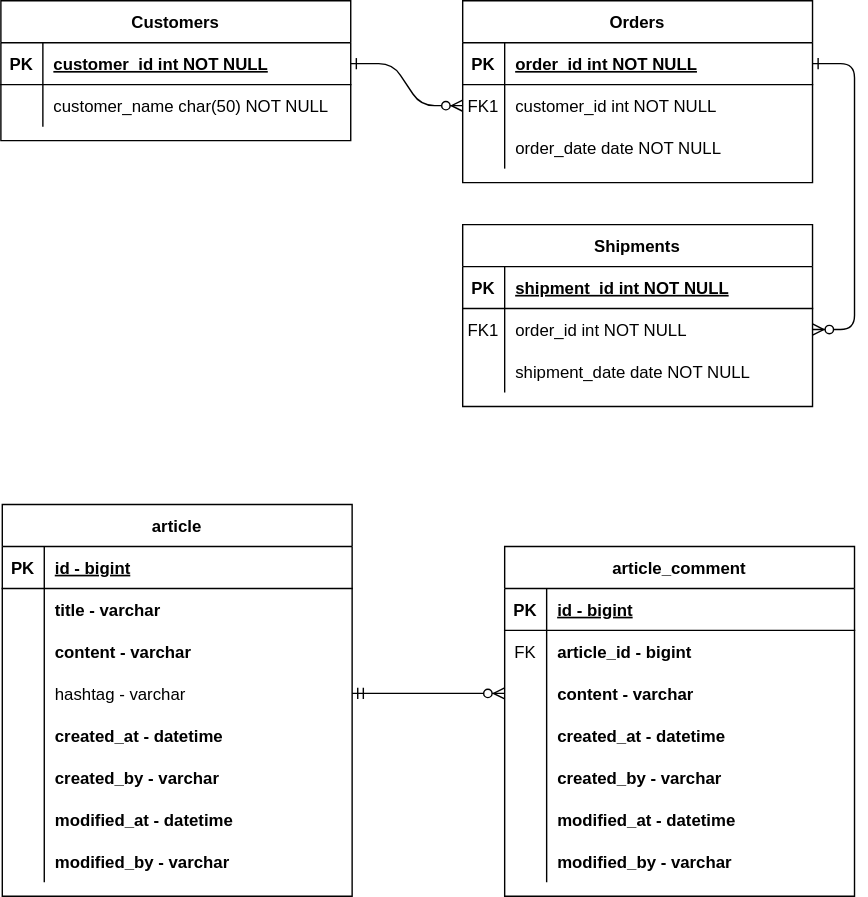
Earlier version of the draw.io export document/project-board-erd.svg (sarasa0310/project-board). Source tidied: cells renumbered, new cells last; positions are measured from the earlier drawing's top-left corner, leaving out a move shared by most shapes.
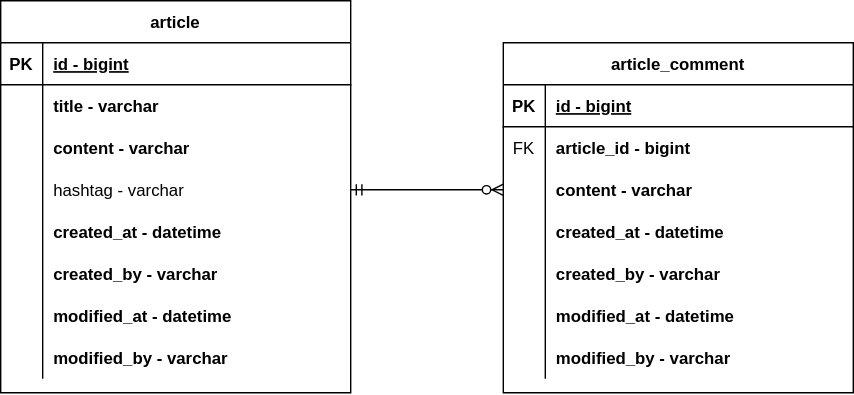
After the commit.

Commit message:
#1 - project-board-erd.svg 불필요한 예제 삭제

What changed in the source:
```diff
@@ -2,93 +2,6 @@
   <root>
     <mxCell id="0" />
     <mxCell id="1" parent="0" />
-    <mxCell id="2" style="edgeStyle=entityRelationEdgeStyle;endArrow=ERzeroToMany;startArrow=ERone;endFill=1;startFill=0;" parent="1" edge="1" source="25" target="8">
-      <mxGeometry relative="1" as="geometry" />
-    </mxCell>
-    <mxCell id="3" style="edgeStyle=entityRelationEdgeStyle;endArrow=ERzeroToMany;startArrow=ERone;endFill=1;startFill=0;" parent="1" edge="1" source="5" target="18">
-      <mxGeometry relative="1" as="geometry" />
-    </mxCell>
-    <mxCell id="4" value="Orders" style="shape=table;startSize=30;rowLines=0;fontStyle=1;align=center;" parent="1" vertex="1">
-      <mxGeometry x="330" width="250" height="130" as="geometry" />
-    </mxCell>
-    <mxCell id="5" style="shape=partialRectangle;fillColor=none;points=[[0,0.5],[1,0.5]];portConstraint=eastwest;top=0;left=0;right=0;bottom=1;" parent="4" vertex="1">
-      <mxGeometry y="30" width="250" height="30" as="geometry" />
-    </mxCell>
-    <mxCell id="6" value="PK" style="shape=partialRectangle;overflow=hidden;fillColor=none;top=0;left=0;bottom=0;right=0;fontStyle=1;" parent="5" vertex="1">
-      <mxGeometry width="30" height="30" as="geometry" />
-    </mxCell>
-    <mxCell id="7" value="order_id int NOT NULL " style="shape=partialRectangle;overflow=hidden;fillColor=none;top=0;left=0;bottom=0;right=0;align=left;spacingLeft=6;fontStyle=5;" parent="5" vertex="1">
-      <mxGeometry x="30" width="220" height="30" as="geometry" />
-    </mxCell>
-    <mxCell id="8" style="shape=partialRectangle;fillColor=none;points=[[0,0.5],[1,0.5]];portConstraint=eastwest;top=0;left=0;right=0;bottom=0;" parent="4" vertex="1">
-      <mxGeometry y="60" width="250" height="30" as="geometry" />
-    </mxCell>
-    <mxCell id="9" value="FK1" style="shape=partialRectangle;overflow=hidden;fillColor=none;top=0;left=0;bottom=0;right=0;" parent="8" vertex="1">
-      <mxGeometry width="30" height="30" as="geometry" />
-    </mxCell>
-    <mxCell id="10" value="customer_id int NOT NULL" style="shape=partialRectangle;overflow=hidden;fillColor=none;top=0;left=0;bottom=0;right=0;align=left;spacingLeft=6;" parent="8" vertex="1">
-      <mxGeometry x="30" width="220" height="30" as="geometry" />
-    </mxCell>
-    <mxCell id="11" style="shape=partialRectangle;fillColor=none;top=0;left=0;right=0;bottom=0;" parent="4" vertex="1">
-      <mxGeometry y="90" width="250" height="30" as="geometry" />
-    </mxCell>
-    <mxCell id="12" style="shape=partialRectangle;overflow=hidden;fillColor=none;top=0;left=0;bottom=0;right=0;" parent="11" vertex="1">
-      <mxGeometry width="30" height="30" as="geometry" />
-    </mxCell>
-    <mxCell id="13" value="order_date date NOT NULL" style="shape=partialRectangle;overflow=hidden;fillColor=none;top=0;left=0;bottom=0;right=0;align=left;spacingLeft=6;" parent="11" vertex="1">
-      <mxGeometry x="30" width="220" height="30" as="geometry" />
-    </mxCell>
-    <mxCell id="14" value="Shipments" style="shape=table;startSize=30;rowLines=0;fontStyle=1;align=center;" parent="1" vertex="1">
-      <mxGeometry x="330" y="160" width="250" height="130" as="geometry" />
-    </mxCell>
-    <mxCell id="15" style="shape=partialRectangle;fillColor=none;top=0;left=0;right=0;bottom=1;" parent="14" vertex="1">
-      <mxGeometry y="30" width="250" height="30" as="geometry" />
-    </mxCell>
-    <mxCell id="16" value="PK" style="shape=partialRectangle;overflow=hidden;fillColor=none;top=0;left=0;bottom=0;right=0;fontStyle=1;" parent="15" vertex="1">
-      <mxGeometry width="30" height="30" as="geometry" />
-    </mxCell>
-    <mxCell id="17" value="shipment_id int NOT NULL " style="shape=partialRectangle;overflow=hidden;fillColor=none;top=0;left=0;bottom=0;right=0;align=left;spacingLeft=6;fontStyle=5;" parent="15" vertex="1">
-      <mxGeometry x="30" width="220" height="30" as="geometry" />
-    </mxCell>
-    <mxCell id="18" style="shape=partialRectangle;fillColor=none;points=[[0,0.5],[1,0.5]];portConstraint=eastwest;top=0;left=0;right=0;bottom=0;" parent="14" vertex="1">
-      <mxGeometry y="60" width="250" height="30" as="geometry" />
-    </mxCell>
-    <mxCell id="19" value="FK1" style="shape=partialRectangle;overflow=hidden;fillColor=none;top=0;left=0;bottom=0;right=0;" parent="18" vertex="1">
-      <mxGeometry width="30" height="30" as="geometry" />
-    </mxCell>
-    <mxCell id="20" value="order_id int NOT NULL" style="shape=partialRectangle;overflow=hidden;fillColor=none;top=0;left=0;bottom=0;right=0;align=left;spacingLeft=6;" parent="18" vertex="1">
-      <mxGeometry x="30" width="220" height="30" as="geometry" />
-    </mxCell>
-    <mxCell id="21" style="shape=partialRectangle;fillColor=none;top=0;left=0;right=0;bottom=0;" parent="14" vertex="1">
-      <mxGeometry y="90" width="250" height="30" as="geometry" />
-    </mxCell>
-    <mxCell id="22" style="shape=partialRectangle;overflow=hidden;fillColor=none;top=0;left=0;bottom=0;right=0;" parent="21" vertex="1">
-      <mxGeometry width="30" height="30" as="geometry" />
-    </mxCell>
-    <mxCell id="23" value="shipment_date date NOT NULL" style="shape=partialRectangle;overflow=hidden;fillColor=none;top=0;left=0;bottom=0;right=0;align=left;spacingLeft=6;" parent="21" vertex="1">
-      <mxGeometry x="30" width="220" height="30" as="geometry" />
-    </mxCell>
-    <mxCell id="24" value="Customers" style="shape=table;startSize=30;rowLines=0;fontStyle=1;align=center;" parent="1" vertex="1">
-      <mxGeometry width="250" height="100" as="geometry" />
-    </mxCell>
-    <mxCell id="25" style="shape=partialRectangle;fillColor=none;points=[[0,0.5],[1,0.5]];portConstraint=eastwest;top=0;left=0;right=0;bottom=1;" parent="24" vertex="1">
-      <mxGeometry y="30" width="250" height="30" as="geometry" />
-    </mxCell>
-    <mxCell id="26" value="PK" style="shape=partialRectangle;overflow=hidden;fillColor=none;top=0;left=0;bottom=0;right=0;fontStyle=1;" parent="25" vertex="1">
-      <mxGeometry width="30" height="30" as="geometry" />
-    </mxCell>
-    <mxCell id="27" value="customer_id int NOT NULL " style="shape=partialRectangle;overflow=hidden;fillColor=none;top=0;left=0;bottom=0;right=0;align=left;spacingLeft=6;fontStyle=5;" parent="25" vertex="1">
-      <mxGeometry x="30" width="220" height="30" as="geometry" />
-    </mxCell>
-    <mxCell id="28" style="shape=partialRectangle;fillColor=none;top=0;left=0;right=0;bottom=0;" parent="24" vertex="1">
-      <mxGeometry y="60" width="250" height="30" as="geometry" />
-    </mxCell>
-    <mxCell id="29" style="shape=partialRectangle;overflow=hidden;fillColor=none;top=0;left=0;bottom=0;right=0;" parent="28" vertex="1">
-      <mxGeometry width="30" height="30" as="geometry" />
-    </mxCell>
-    <mxCell id="30" value="customer_name char(50) NOT NULL" style="shape=partialRectangle;overflow=hidden;fillColor=none;top=0;left=0;bottom=0;right=0;align=left;spacingLeft=6;" parent="28" vertex="1">
-      <mxGeometry x="30" width="220" height="30" as="geometry" />
-    </mxCell>
     <mxCell id="31" value="article" style="shape=table;startSize=30;rowLines=0;fontStyle=1;align=center;" parent="1" vertex="1">
       <mxGeometry x="1" y="360" width="250" height="280" as="geometry" />
     </mxCell>
```
